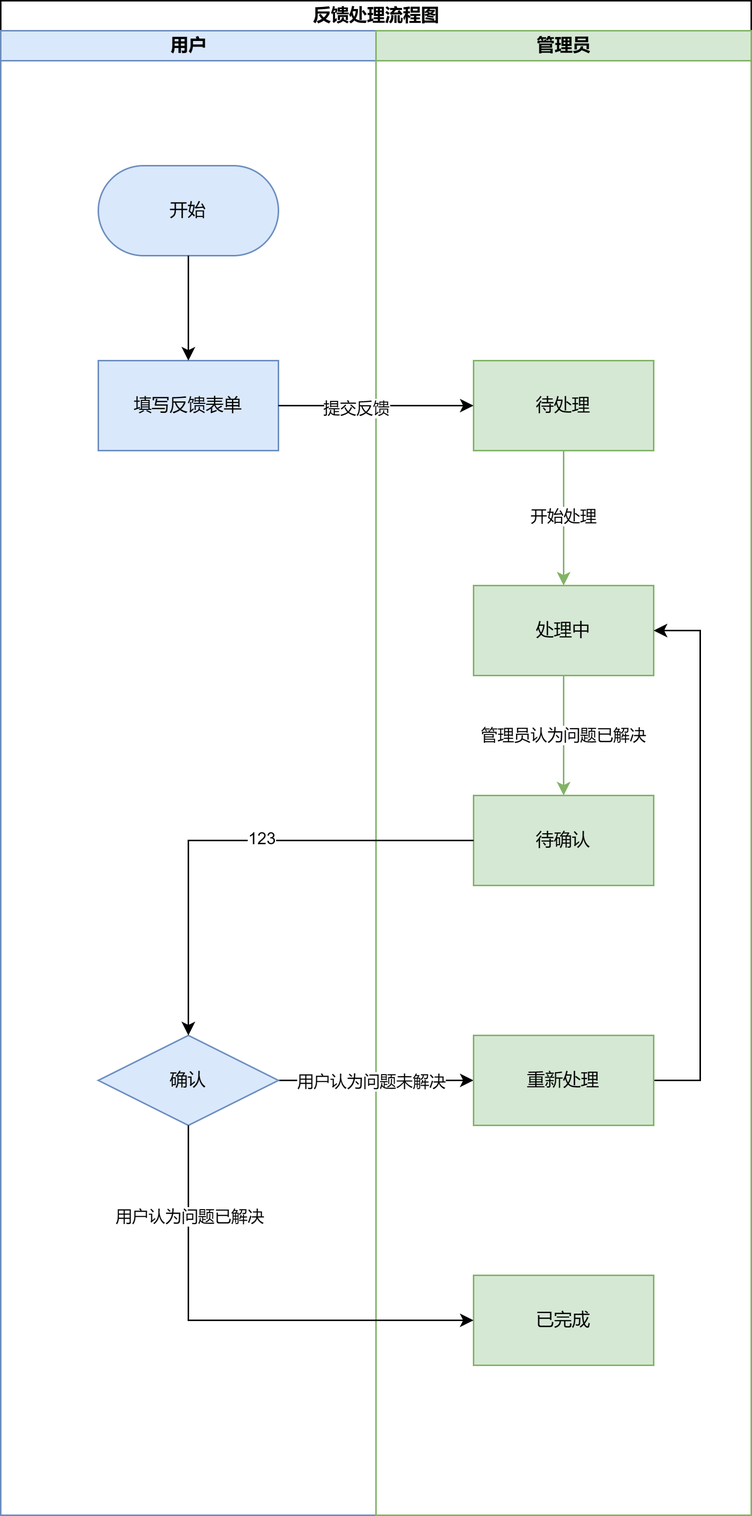
Above: squirrel-feedback/松鼠反馈模块业务流程图.png in lIouis/draw.io (draw.io), before the change. Source tidied: cells renumbered, new cells last; positions are measured from the earlier drawing's top-left corner, leaving out a move shared by most shapes.
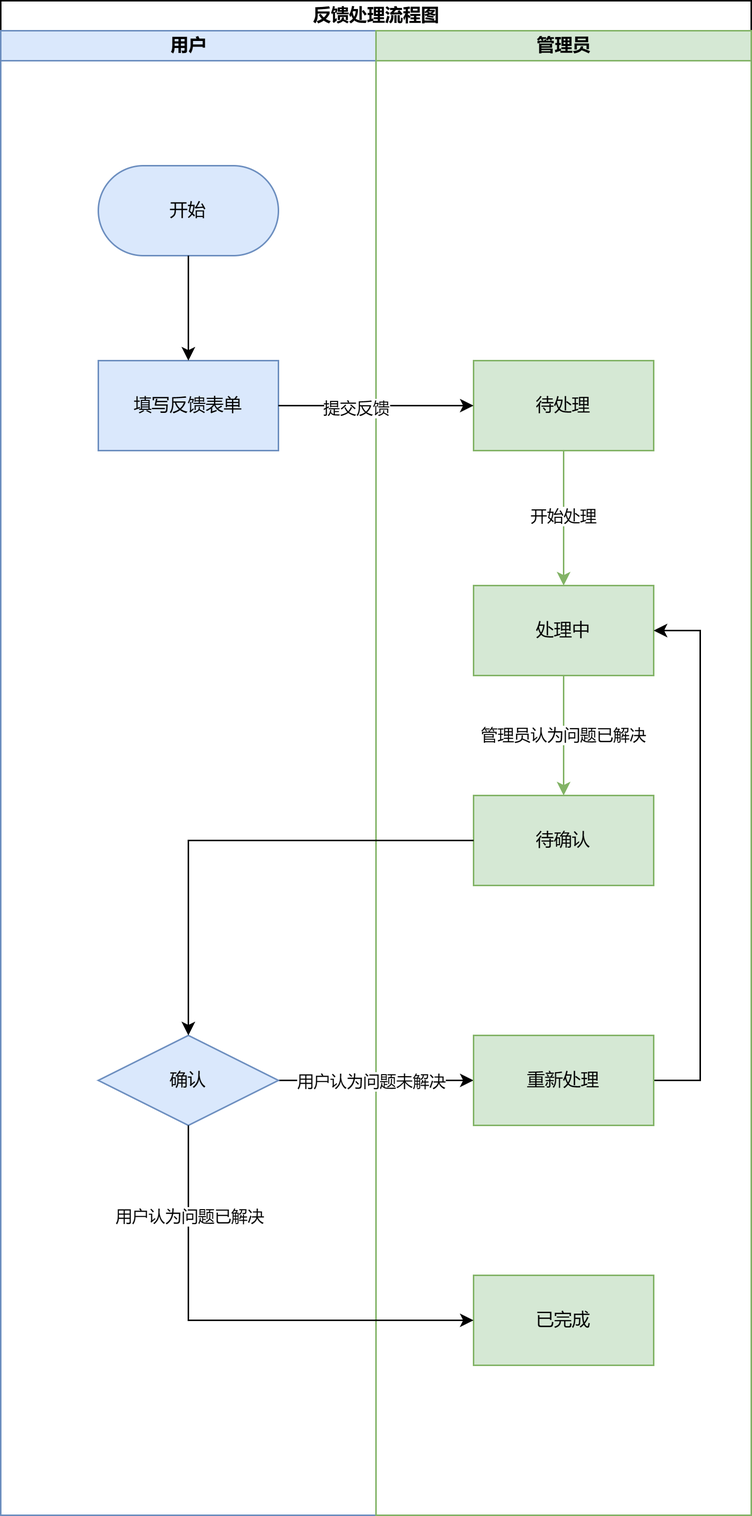
The same diagram one commit later.

Commit message:
更新松鼠反馈模块业务流程图.png

What changed in the source:
```diff
@@ -68,9 +68,6 @@
     <mxCell id="20" style="edgeStyle=orthogonalEdgeStyle;rounded=0;jettySize=auto;html=1;" parent="5" edge="1" source="11" target="15">
       <mxGeometry relative="1" as="geometry" />
     </mxCell>
-    <mxCell id="21" value="123" style="edgeLabel;html=1;align=center;verticalAlign=middle;" parent="20" vertex="1">
-      <mxGeometry x="-0.11" y="-2" relative="1" as="geometry" />
-    </mxCell>
     <mxCell id="22" value="填写反馈表单" style="rounded=0;whiteSpace=wrap;html=1;flipV=0;flipH=1;fillColor=#dae8fc;strokeColor=#6c8ebf;" parent="5" vertex="1">
       <mxGeometry x="-185" y="220" width="120" height="60" as="geometry" />
     </mxCell>
```
